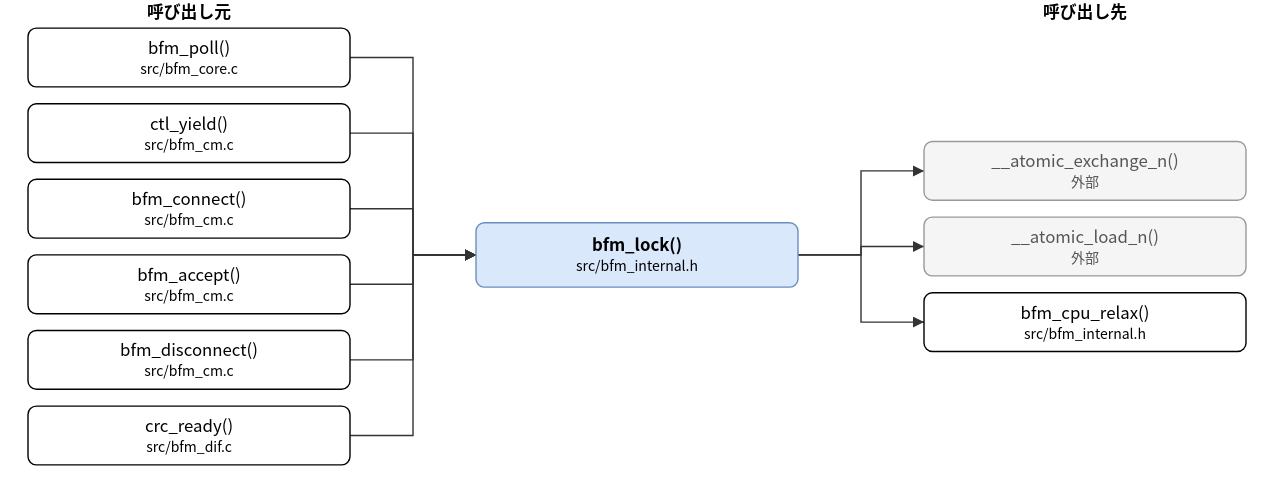
Before: doc/spec/images/call_src_bfm_internal-bfm_lock.drawio.svg, a diagram exported from draw.io (hf355051012-ai/bfmem). Source tidied: cells renumbered, new cells last; positions are measured from the earlier drawing's top-left corner, leaving out a move shared by most shapes. Its diagram source:
```xml
<mxGraphModel>
  <root>
    <mxCell id="0" />
    <mxCell id="1" parent="0" />
    <mxCell id="2" value="bfm_lock()&lt;br&gt;&lt;font style=&quot;font-size:10px&quot;&gt;src/bfm_internal.h&lt;/font&gt;" style="rounded=1;whiteSpace=wrap;html=1;fillColor=#dae8fc;strokeColor=#6c8ebf;fontStyle=1;" parent="1" vertex="1">
      <mxGeometry x="320" y="159" width="230" height="46" as="geometry" />
    </mxCell>
    <mxCell id="3" value="bfm_poll()&lt;br&gt;&lt;font style=&quot;font-size:10px&quot;&gt;src/bfm_core.c&lt;/font&gt;" style="rounded=1;whiteSpace=wrap;html=1;" parent="1" vertex="1">
      <mxGeometry y="20" width="230" height="42" as="geometry" />
    </mxCell>
    <mxCell id="4" value="ctl_yield()&lt;br&gt;&lt;font style=&quot;font-size:10px&quot;&gt;src/bfm_cm.c&lt;/font&gt;" style="rounded=1;whiteSpace=wrap;html=1;" parent="1" vertex="1">
      <mxGeometry y="74" width="230" height="42" as="geometry" />
    </mxCell>
    <mxCell id="5" value="bfm_connect()&lt;br&gt;&lt;font style=&quot;font-size:10px&quot;&gt;src/bfm_cm.c&lt;/font&gt;" style="rounded=1;whiteSpace=wrap;html=1;" parent="1" vertex="1">
      <mxGeometry y="128" width="230" height="42" as="geometry" />
    </mxCell>
    <mxCell id="6" value="bfm_accept()&lt;br&gt;&lt;font style=&quot;font-size:10px&quot;&gt;src/bfm_cm.c&lt;/font&gt;" style="rounded=1;whiteSpace=wrap;html=1;" parent="1" vertex="1">
      <mxGeometry y="182" width="230" height="42" as="geometry" />
    </mxCell>
    <mxCell id="7" value="bfm_disconnect()&lt;br&gt;&lt;font style=&quot;font-size:10px&quot;&gt;src/bfm_cm.c&lt;/font&gt;" style="rounded=1;whiteSpace=wrap;html=1;" parent="1" vertex="1">
      <mxGeometry y="236" width="230" height="42" as="geometry" />
    </mxCell>
    <mxCell id="8" value="crc_ready()&lt;br&gt;&lt;font style=&quot;font-size:10px&quot;&gt;src/bfm_dif.c&lt;/font&gt;" style="rounded=1;whiteSpace=wrap;html=1;" parent="1" vertex="1">
      <mxGeometry y="290" width="230" height="42" as="geometry" />
    </mxCell>
    <mxCell id="9" value="__atomic_exchange_n()&lt;br&gt;&lt;font style=&quot;font-size:10px&quot;&gt;外部&lt;/font&gt;" style="rounded=1;whiteSpace=wrap;html=1;fillColor=#f5f5f5;strokeColor=#999999;fontColor=#555555;" parent="1" vertex="1">
      <mxGeometry x="640" y="101" width="230" height="42" as="geometry" />
    </mxCell>
    <mxCell id="10" value="__atomic_load_n()&lt;br&gt;&lt;font style=&quot;font-size:10px&quot;&gt;外部&lt;/font&gt;" style="rounded=1;whiteSpace=wrap;html=1;fillColor=#f5f5f5;strokeColor=#999999;fontColor=#555555;" parent="1" vertex="1">
      <mxGeometry x="640" y="155" width="230" height="42" as="geometry" />
    </mxCell>
    <mxCell id="11" value="bfm_cpu_relax()&lt;br&gt;&lt;font style=&quot;font-size:10px&quot;&gt;src/bfm_internal.h&lt;/font&gt;" style="rounded=1;whiteSpace=wrap;html=1;" parent="1" vertex="1">
      <mxGeometry x="640" y="209" width="230" height="42" as="geometry" />
    </mxCell>
    <mxCell id="12" style="edgeStyle=none;html=1;rounded=0;endArrow=block;endFill=1;exitX=1.0000;exitY=0.5000;exitDx=0;exitDy=0;exitPerimeter=0;entryX=0.0000;entryY=0.5000;entryDx=0;entryDy=0;entryPerimeter=0;" parent="1" edge="1" source="3" target="2">
      <mxGeometry relative="1" as="geometry">
        <Array as="points">
          <mxPoint x="275" y="41" />
          <mxPoint x="275" y="182" />
        </Array>
      </mxGeometry>
    </mxCell>
    <mxCell id="13" style="edgeStyle=none;html=1;rounded=0;endArrow=block;endFill=1;exitX=1.0000;exitY=0.5000;exitDx=0;exitDy=0;exitPerimeter=0;entryX=0.0000;entryY=0.5000;entryDx=0;entryDy=0;entryPerimeter=0;" parent="1" edge="1" source="4" target="2">
      <mxGeometry relative="1" as="geometry">
        <Array as="points">
          <mxPoint x="275" y="95" />
          <mxPoint x="275" y="182" />
        </Array>
      </mxGeometry>
    </mxCell>
    <mxCell id="14" style="edgeStyle=none;html=1;rounded=0;endArrow=block;endFill=1;exitX=1.0000;exitY=0.5000;exitDx=0;exitDy=0;exitPerimeter=0;entryX=0.0000;entryY=0.5000;entryDx=0;entryDy=0;entryPerimeter=0;" parent="1" edge="1" source="5" target="2">
      <mxGeometry relative="1" as="geometry">
        <Array as="points">
          <mxPoint x="275" y="149" />
          <mxPoint x="275" y="182" />
        </Array>
      </mxGeometry>
    </mxCell>
    <mxCell id="15" style="edgeStyle=none;html=1;rounded=0;endArrow=block;endFill=1;exitX=1.0000;exitY=0.5000;exitDx=0;exitDy=0;exitPerimeter=0;entryX=0.0000;entryY=0.5000;entryDx=0;entryDy=0;entryPerimeter=0;" parent="1" edge="1" source="6" target="2">
      <mxGeometry relative="1" as="geometry">
        <Array as="points">
          <mxPoint x="275" y="203" />
          <mxPoint x="275" y="182" />
        </Array>
      </mxGeometry>
    </mxCell>
    <mxCell id="16" style="edgeStyle=none;html=1;rounded=0;endArrow=block;endFill=1;exitX=1.0000;exitY=0.5000;exitDx=0;exitDy=0;exitPerimeter=0;entryX=0.0000;entryY=0.5000;entryDx=0;entryDy=0;entryPerimeter=0;" parent="1" edge="1" source="7" target="2">
      <mxGeometry relative="1" as="geometry">
        <Array as="points">
          <mxPoint x="275" y="257" />
          <mxPoint x="275" y="182" />
        </Array>
      </mxGeometry>
    </mxCell>
    <mxCell id="17" style="edgeStyle=none;html=1;rounded=0;endArrow=block;endFill=1;exitX=1.0000;exitY=0.5000;exitDx=0;exitDy=0;exitPerimeter=0;entryX=0.0000;entryY=0.5000;entryDx=0;entryDy=0;entryPerimeter=0;" parent="1" edge="1" source="8" target="2">
      <mxGeometry relative="1" as="geometry">
        <Array as="points">
          <mxPoint x="275" y="311" />
          <mxPoint x="275" y="182" />
        </Array>
      </mxGeometry>
    </mxCell>
    <mxCell id="18" style="edgeStyle=none;html=1;rounded=0;endArrow=block;endFill=1;exitX=1.0000;exitY=0.5000;exitDx=0;exitDy=0;exitPerimeter=0;entryX=0.0000;entryY=0.5000;entryDx=0;entryDy=0;entryPerimeter=0;" parent="1" edge="1" source="2" target="9">
      <mxGeometry relative="1" as="geometry">
        <Array as="points">
          <mxPoint x="595" y="182" />
          <mxPoint x="595" y="122" />
        </Array>
      </mxGeometry>
    </mxCell>
    <mxCell id="19" style="edgeStyle=none;html=1;rounded=0;endArrow=block;endFill=1;exitX=1.0000;exitY=0.5000;exitDx=0;exitDy=0;exitPerimeter=0;entryX=0.0000;entryY=0.5000;entryDx=0;entryDy=0;entryPerimeter=0;" parent="1" edge="1" source="2" target="10">
      <mxGeometry relative="1" as="geometry">
        <Array as="points">
          <mxPoint x="595" y="182" />
          <mxPoint x="595" y="176" />
        </Array>
      </mxGeometry>
    </mxCell>
    <mxCell id="20" style="edgeStyle=none;html=1;rounded=0;endArrow=block;endFill=1;exitX=1.0000;exitY=0.5000;exitDx=0;exitDy=0;exitPerimeter=0;entryX=0.0000;entryY=0.5000;entryDx=0;entryDy=0;entryPerimeter=0;" parent="1" edge="1" source="2" target="11">
      <mxGeometry relative="1" as="geometry">
        <Array as="points">
          <mxPoint x="595" y="182" />
          <mxPoint x="595" y="230" />
        </Array>
      </mxGeometry>
    </mxCell>
    <mxCell id="21" value="呼び出し元" style="text;html=1;align=center;fontStyle=1;" parent="1" vertex="1">
      <mxGeometry x="35" width="160" height="18" as="geometry" />
    </mxCell>
    <mxCell id="22" value="呼び出し先" style="text;html=1;align=center;fontStyle=1;" parent="1" vertex="1">
      <mxGeometry x="675" width="160" height="18" as="geometry" />
    </mxCell>
  </root>
</mxGraphModel>
```
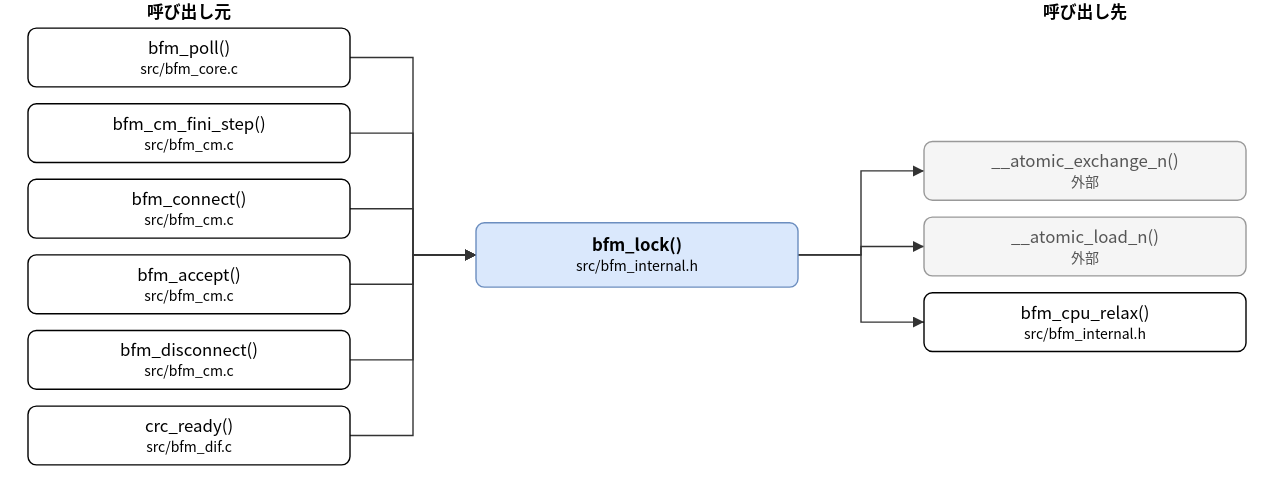
The same file after the commit.

Change to the diagram source:
```diff
@@ -8,7 +8,7 @@
     <mxCell id="3" value="bfm_poll()&lt;br&gt;&lt;font style=&quot;font-size:10px&quot;&gt;src/bfm_core.c&lt;/font&gt;" style="rounded=1;whiteSpace=wrap;html=1;" parent="1" vertex="1">
       <mxGeometry y="20" width="230" height="42" as="geometry" />
     </mxCell>
-    <mxCell id="4" value="ctl_yield()&lt;br&gt;&lt;font style=&quot;font-size:10px&quot;&gt;src/bfm_cm.c&lt;/font&gt;" style="rounded=1;whiteSpace=wrap;html=1;" parent="1" vertex="1">
+    <mxCell id="4" value="bfm_cm_fini_step()&lt;br&gt;&lt;font style=&quot;font-size:10px&quot;&gt;src/bfm_cm.c&lt;/font&gt;" style="rounded=1;whiteSpace=wrap;html=1;" parent="1" vertex="1">
       <mxGeometry y="74" width="230" height="42" as="geometry" />
     </mxCell>
     <mxCell id="5" value="bfm_connect()&lt;br&gt;&lt;font style=&quot;font-size:10px&quot;&gt;src/bfm_cm.c&lt;/font&gt;" style="rounded=1;whiteSpace=wrap;html=1;" parent="1" vertex="1">
```
